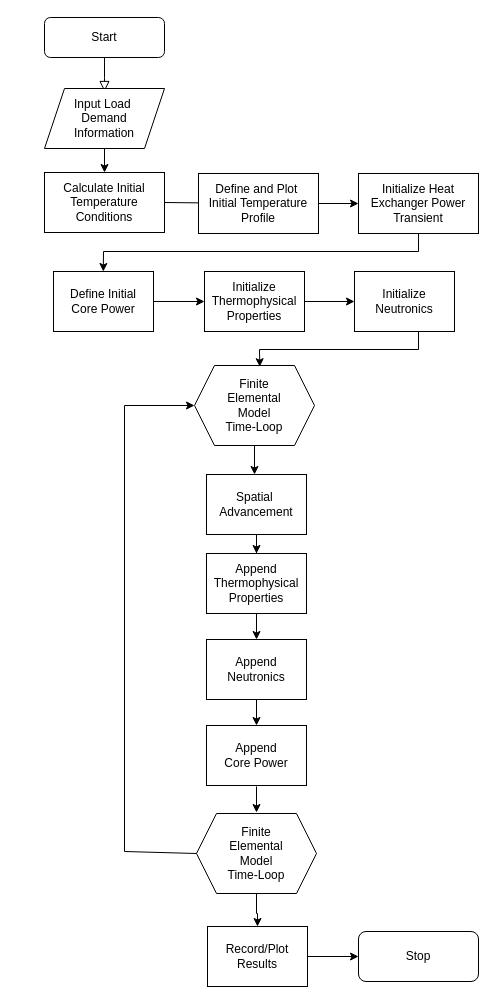
This is flow.drawio from sjroot97/MsNB-Simulator, a draw.io file, before an edit. Source tidied: cells renumbered, new cells numbered last; positions are measured from the earlier drawing's top-left corner, leaving out a move shared by most shapes. Both pictures are drawn from the tidied source at 100%, with x=0, y=0 at pixel (44, 17).
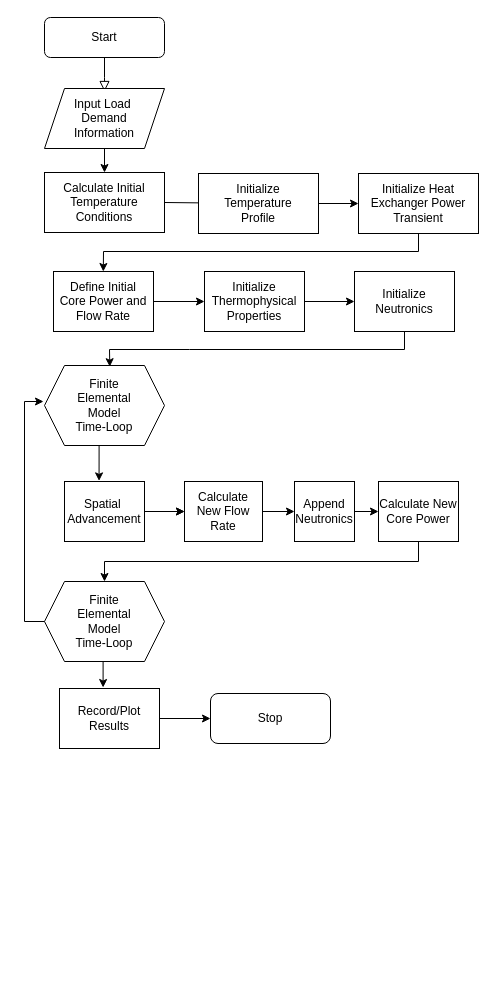
The same diagram, later.

The change refers to these unchanged cells:
```xml
<mxCell id="24" value="Initialize Neutronics" style="whiteSpace=wrap;html=1;" parent="1" vertex="1">
  <mxGeometry x="310" y="254" width="100" height="60" as="geometry" />
</mxCell>
```

What changed in the source:
```diff
@@
-    <mxCell id="9" value="Define and Plot&amp;nbsp;&lt;br&gt;Initial Temperature&lt;br&gt;Profile" style="rounded=0;whiteSpace=wrap;html=1;" parent="1" vertex="1">
+    <mxCell id="9" value="Initialize &lt;br&gt;Temperature&lt;br&gt;Profile" style="rounded=0;whiteSpace=wrap;html=1;" parent="1" vertex="1">
       <mxGeometry x="154" y="156" width="120" height="60" as="geometry" />
     </mxCell>
@@
-    <mxCell id="12" style="edgeStyle=orthogonalEdgeStyle;rounded=0;jettySize=auto;html=1;" parent="1" edge="1" source="13">
-      <mxGeometry relative="1" as="geometry">
-        <mxPoint x="210" y="457" as="targetPoint" />
-        <Array as="points">
-          <mxPoint x="210" y="421" />
-          <mxPoint x="210" y="421" />
-        </Array>
-      </mxGeometry>
-    </mxCell>
     <mxCell id="13" value="Finite&lt;br&gt;Elemental&lt;br&gt;Model&lt;br&gt;Time-Loop" style="shape=hexagon;perimeter=hexagonPerimeter2;whiteSpace=wrap;html=1;fixedSize=1;" parent="1" vertex="1">
-      <mxGeometry x="150" y="348" width="120" height="80" as="geometry" />
+      <mxGeometry y="348" width="120" height="80" as="geometry" />
     </mxCell>
@@
+    <mxCell id="35" style="edgeStyle=orthogonalEdgeStyle;rounded=0;jettySize=auto;html=1;" parent="1" edge="1" source="16" target="18">
+      <mxGeometry relative="1" as="geometry" />
+    </mxCell>
     <mxCell id="16" value="Spatial&amp;nbsp;&lt;br&gt;Advancement" style="whiteSpace=wrap;html=1;" parent="1" vertex="1">
-      <mxGeometry x="162" y="457" width="100" height="60" as="geometry" />
+      <mxGeometry x="20" y="464" width="80" height="60" as="geometry" />
     </mxCell>
@@
-    <mxCell id="18" value="Append Thermophysical Properties" style="whiteSpace=wrap;html=1;" parent="1" vertex="1">
-      <mxGeometry x="162" y="536" width="100" height="60" as="geometry" />
+    <mxCell id="18" value="Calculate New Flow Rate" style="whiteSpace=wrap;html=1;" parent="1" vertex="1">
+      <mxGeometry x="140" y="464" width="78" height="60" as="geometry" />
     </mxCell>
+    <mxCell id="36" style="edgeStyle=orthogonalEdgeStyle;rounded=0;jettySize=auto;html=1;exitX=1;exitY=0.5;exitDx=0;exitDy=0;entryX=0;entryY=0.5;entryDx=0;entryDy=0;" parent="1" edge="1" source="19" target="25">
+      <mxGeometry relative="1" as="geometry" />
+    </mxCell>
     <mxCell id="19" value="Append Neutronics" style="whiteSpace=wrap;html=1;" parent="1" vertex="1">
-      <mxGeometry x="162" y="622" width="100" height="60" as="geometry" />
+      <mxGeometry x="250" y="464" width="60" height="60" as="geometry" />
     </mxCell>
@@
-    <mxCell id="21" value="Define Initial &lt;br&gt;Core Power" style="whiteSpace=wrap;html=1;" parent="1" vertex="1">
+    <mxCell id="21" value="Define Initial &lt;br&gt;Core Power and Flow Rate" style="whiteSpace=wrap;html=1;" parent="1" vertex="1">
       <mxGeometry x="9" y="254" width="100" height="60" as="geometry" />
     </mxCell>
@@
+    <mxCell id="37" style="edgeStyle=orthogonalEdgeStyle;rounded=0;jettySize=auto;html=1;exitX=0.5;exitY=1;exitDx=0;exitDy=0;entryX=0.5;entryY=0;entryDx=0;entryDy=0;" parent="1" edge="1" source="25" target="28">
+      <mxGeometry relative="1" as="geometry" />
+    </mxCell>
-    <mxCell id="25" value="Append &lt;br&gt;Core Power" style="whiteSpace=wrap;html=1;" parent="1" vertex="1">
-      <mxGeometry x="162" y="708" width="100" height="60" as="geometry" />
+    <mxCell id="25" value="Calculate New&lt;br&gt;Core Power" style="whiteSpace=wrap;html=1;" parent="1" vertex="1">
+      <mxGeometry x="334" y="464" width="80" height="60" as="geometry" />
     </mxCell>
-    <mxCell id="26" style="edgeStyle=orthogonalEdgeStyle;rounded=0;orthogonalLoop=1;jettySize=auto;html=1;" parent="1" edge="1">
-      <mxGeometry relative="1" as="geometry">
-        <mxPoint x="212" y="682" as="sourcePoint" />
-        <mxPoint x="212" y="708" as="targetPoint" />
-      </mxGeometry>
-    </mxCell>
-    <mxCell id="27" style="edgeStyle=orthogonalEdgeStyle;rounded=0;jettySize=auto;html=1;entryX=0.5;entryY=0;entryDx=0;entryDy=0;" parent="1" edge="1" source="28" target="33">
-      <mxGeometry relative="1" as="geometry" />
-    </mxCell>
     <mxCell id="28" value="Finite&lt;br&gt;Elemental&lt;br&gt;Model&lt;br&gt;Time-Loop" style="shape=hexagon;perimeter=hexagonPerimeter2;whiteSpace=wrap;html=1;fixedSize=1;" parent="1" vertex="1">
-      <mxGeometry x="152" y="796" width="120" height="80" as="geometry" />
+      <mxGeometry y="564" width="120" height="80" as="geometry" />
     </mxCell>
     <mxCell id="29" style="edgeStyle=orthogonalEdgeStyle;rounded=0;orthogonalLoop=1;jettySize=auto;html=1;" parent="1" edge="1">
       <mxGeometry relative="1" as="geometry">
-        <mxPoint x="212" y="769" as="sourcePoint" />
-        <mxPoint x="212" y="795" as="targetPoint" />
+        <mxPoint x="58.6" y="644" as="sourcePoint" />
+        <mxPoint x="58.6" y="670" as="targetPoint" />
       </mxGeometry>
     </mxCell>
-    <mxCell id="30" style="endArrow=classic;html=1;rounded=0;entryX=0.544;entryY=0.015;entryDx=0;entryDy=0;exitX=0.5;exitY=1;exitDx=0;exitDy=0;entryPerimeter=0;" parent="1" edge="1" target="13">
+    <mxCell id="30" style="endArrow=classic;html=1;rounded=0;entryX=0.544;entryY=0.015;entryDx=0;entryDy=0;exitX=0.5;exitY=1;exitDx=0;exitDy=0;entryPerimeter=0;" parent="1" edge="1" source="24" target="13">
       <mxGeometry relative="1" as="geometry">
-        <mxPoint x="374" y="314" as="sourcePoint" />
         <Array as="points">
-          <mxPoint x="374" y="332" />
-          <mxPoint x="215" y="332" />
+          <mxPoint x="360" y="332" />
+          <mxPoint x="145" y="332" />
+          <mxPoint x="65" y="332" />
         </Array>
       </mxGeometry>
     </mxCell>
-    <mxCell id="31" style="endArrow=classic;html=1;rounded=0;entryX=0;entryY=0.5;entryDx=0;entryDy=0;exitX=0;exitY=0.5;exitDx=0;exitDy=0;" parent="1" edge="1" source="28" target="13">
+    <mxCell id="31" style="endArrow=classic;html=1;rounded=0;entryX=0;entryY=0.5;entryDx=0;entryDy=0;exitX=0;exitY=0.5;exitDx=0;exitDy=0;" parent="1" edge="1" source="28">
       <mxGeometry relative="1" as="geometry">
+        <mxPoint x="-1" y="384" as="targetPoint" />
         <Array as="points">
-          <mxPoint x="80" y="834" />
-          <mxPoint x="80" y="388" />
+          <mxPoint x="-20" y="604" />
+          <mxPoint x="-20" y="384" />
         </Array>
       </mxGeometry>
     </mxCell>
@@
     <mxCell id="33" value="Record/Plot&lt;br&gt;Results" style="whiteSpace=wrap;html=1;" parent="1" vertex="1">
-      <mxGeometry x="163" y="909" width="100" height="60" as="geometry" />
+      <mxGeometry x="15" y="671" width="100" height="60" as="geometry" />
     </mxCell>
     <mxCell id="34" value="Stop" style="rounded=1;whiteSpace=wrap;html=1;" parent="1" vertex="1">
-      <mxGeometry x="314" y="914" width="120" height="50" as="geometry" />
+      <mxGeometry x="166" y="676" width="120" height="50" as="geometry" />
     </mxCell>
+    <mxCell id="38" style="edgeStyle=orthogonalEdgeStyle;rounded=0;jettySize=auto;html=1;exitX=0.5;exitY=1;exitDx=0;exitDy=0;entryX=0.432;entryY=-0.01;entryDx=0;entryDy=0;entryPerimeter=0;" parent="1" edge="1" source="13" target="16">
+      <mxGeometry relative="1" as="geometry" />
+    </mxCell>
```
